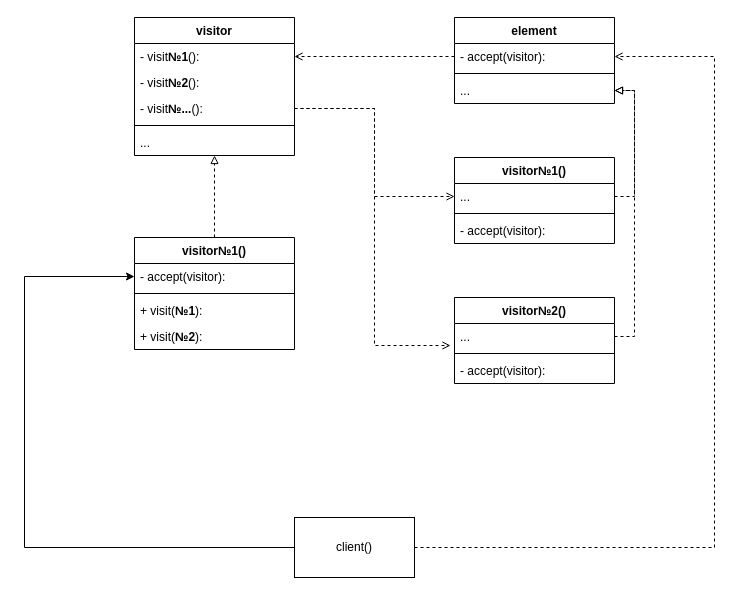
The draw.io diagram visitor.drawio in Inferno20055/dlia-sebia, before the edit. Source tidied: cells renumbered, new cells numbered last; positions are measured from the earlier drawing's top-left corner, leaving out a move shared by most shapes. Both pictures are drawn from the tidied source at 100%, with x=0, y=0 at pixel (24, 17).
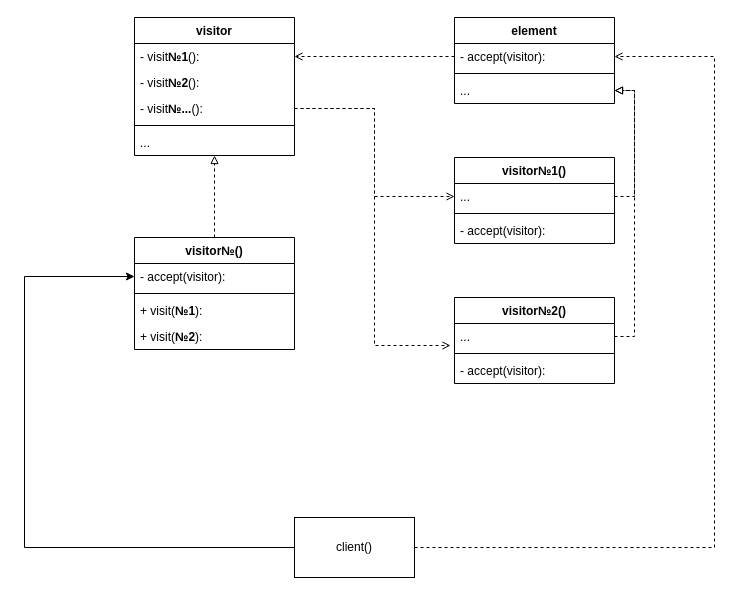
The same page after the edit.

Diff of the diagram source:
```diff
@@
-    <mxCell id="16" value="visitor№1()" style="swimlane;fontStyle=1;align=center;verticalAlign=top;horizontal=1;startSize=26;whiteSpace=wrap;html=1;" parent="1" vertex="1">
+    <mxCell id="16" value="visitor№()" style="swimlane;fontStyle=1;align=center;verticalAlign=top;horizontal=1;startSize=26;whiteSpace=wrap;html=1;" parent="1" vertex="1">
       <mxGeometry x="110" y="220" width="160" height="112" as="geometry" />
     </mxCell>
```
